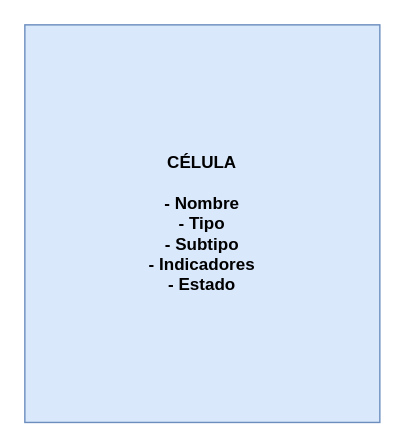
This is page "EJEMPLOS DFD" (2 of 2) of arch-design/cellprom-arch-functionality.drawio from cellprom/cellprom-arq-doc, a draw.io file, before an edit. Source tidied: cells renumbered, new cells numbered last; positions are measured from the earlier drawing's top-left corner, leaving out a move shared by most shapes. Both pictures are drawn from the tidied source at 142%, with x=0, y=0 at pixel (24, 24).
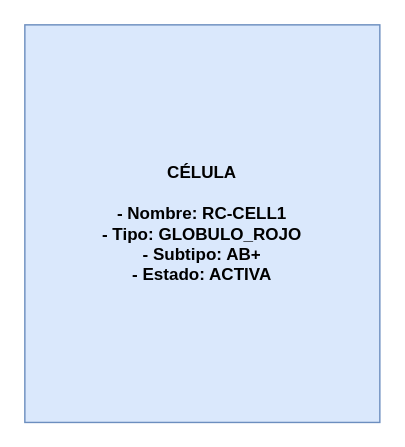
After the change.

What changed in the source:
```diff
@@
 <mxGraphModel>
   <root>
     <mxCell id="0" />
     <mxCell id="1" parent="0" />
-    <mxCell id="2" value="CÉLULA&lt;br&gt;&lt;br&gt;- Nombre&lt;br&gt;- Tipo&lt;br&gt;- Subtipo&lt;br&gt;- Indicadores&lt;br&gt;- Estado" style="whiteSpace=wrap;html=1;fillColor=#dae8fc;strokeColor=#6c8ebf;fontStyle=1;" parent="1" vertex="1">
+    <mxCell id="2" value="CÉLULA&lt;br&gt;&lt;br&gt;- Nombre: RC-CELL1&lt;br&gt;- Tipo: GLOBULO_ROJO&lt;br&gt;- Subtipo: AB+&lt;br&gt;- Estado: ACTIVA" style="whiteSpace=wrap;html=1;fillColor=#dae8fc;strokeColor=#6c8ebf;fontStyle=1;" parent="1" vertex="1">
       <mxGeometry width="250" height="280" as="geometry" />
     </mxCell>
   </root>
 </mxGraphModel>
```
